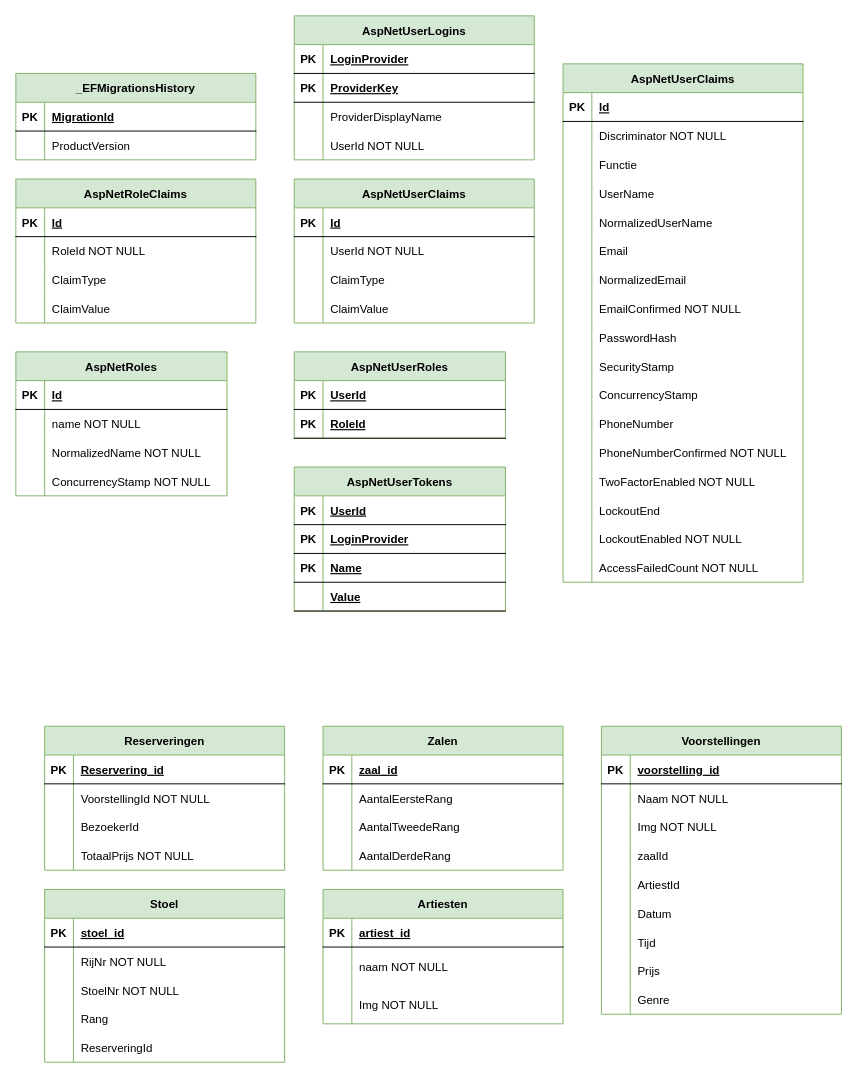
The draw.io diagram documentatie/database ER Diagram.drawio in Wdpr/WDPR2223, before the edit. Source tidied: cells renumbered, new cells numbered last; positions are measured from the earlier drawing's top-left corner, leaving out a move shared by most shapes. Both pictures are drawn from the tidied source at 96%, with x=0, y=0 at pixel (15, 15).
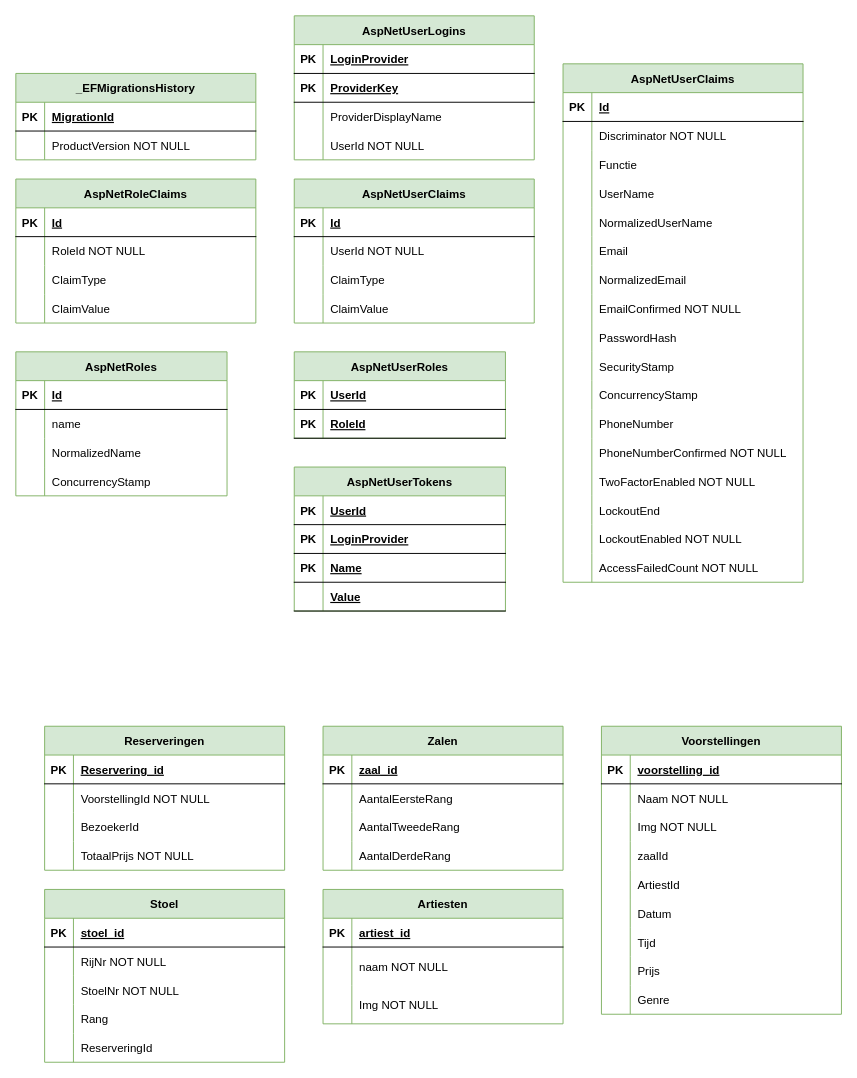
After the change.

Unchanged cells that the change refers to:
```xml
<mxCell id="86" style="shape=partialRectangle;fillColor=none;top=0;left=0;right=0;bottom=0;" parent="82" vertex="1">
  <mxGeometry y="60" width="250" height="30" as="geometry" />
</mxCell>
<mxCell id="106" style="shape=tableRow;horizontal=0;startSize=0;swimlaneHead=0;swimlaneBody=0;fillColor=none;top=0;left=0;right=0;bottom=0;" parent="102" vertex="1">
  <mxGeometry y="60" width="220" height="30" as="geometry" />
</mxCell>
<mxCell id="109" style="shape=tableRow;horizontal=0;startSize=0;swimlaneHead=0;swimlaneBody=0;fillColor=none;top=0;left=0;right=0;bottom=0;" parent="102" vertex="1">
  <mxGeometry y="90" width="220" height="30" as="geometry" />
</mxCell>
<mxCell id="112" style="shape=tableRow;horizontal=0;startSize=0;swimlaneHead=0;swimlaneBody=0;fillColor=none;top=0;left=0;right=0;bottom=0;" parent="102" vertex="1">
  <mxGeometry y="120" width="220" height="30" as="geometry" />
</mxCell>
```

Diff of the diagram source:
```diff
@@
-    <mxCell id="88" value="ProductVersion" style="shape=partialRectangle;overflow=hidden;fillColor=none;top=0;left=0;bottom=0;right=0;align=left;spacingLeft=6;" parent="86" vertex="1">
+    <mxCell id="88" value="ProductVersion NOT NULL" style="shape=partialRectangle;overflow=hidden;fillColor=none;top=0;left=0;bottom=0;right=0;align=left;spacingLeft=6;" parent="86" vertex="1">
       <mxGeometry x="30" width="220" height="30" as="geometry" />
     </mxCell>
@@
-    <mxCell id="108" value="name NOT NULL" style="shape=partialRectangle;fillColor=none;top=0;left=0;bottom=0;right=0;align=left;spacingLeft=6;overflow=hidden;" parent="106" vertex="1">
+    <mxCell id="108" value="name" style="shape=partialRectangle;fillColor=none;top=0;left=0;bottom=0;right=0;align=left;spacingLeft=6;overflow=hidden;" parent="106" vertex="1">
       <mxGeometry x="30" width="190" height="30" as="geometry" />
     </mxCell>
@@
-    <mxCell id="111" value="NormalizedName NOT NULL" style="shape=partialRectangle;fillColor=none;top=0;left=0;bottom=0;right=0;align=left;spacingLeft=6;overflow=hidden;" parent="109" vertex="1">
+    <mxCell id="111" value="NormalizedName" style="shape=partialRectangle;fillColor=none;top=0;left=0;bottom=0;right=0;align=left;spacingLeft=6;overflow=hidden;" parent="109" vertex="1">
       <mxGeometry x="30" width="190" height="30" as="geometry" />
     </mxCell>
@@
-    <mxCell id="114" value="ConcurrencyStamp NOT NULL" style="shape=partialRectangle;fillColor=none;top=0;left=0;bottom=0;right=0;align=left;spacingLeft=6;overflow=hidden;" parent="112" vertex="1">
+    <mxCell id="114" value="ConcurrencyStamp" style="shape=partialRectangle;fillColor=none;top=0;left=0;bottom=0;right=0;align=left;spacingLeft=6;overflow=hidden;" parent="112" vertex="1">
       <mxGeometry x="30" width="190" height="30" as="geometry" />
     </mxCell>
```
